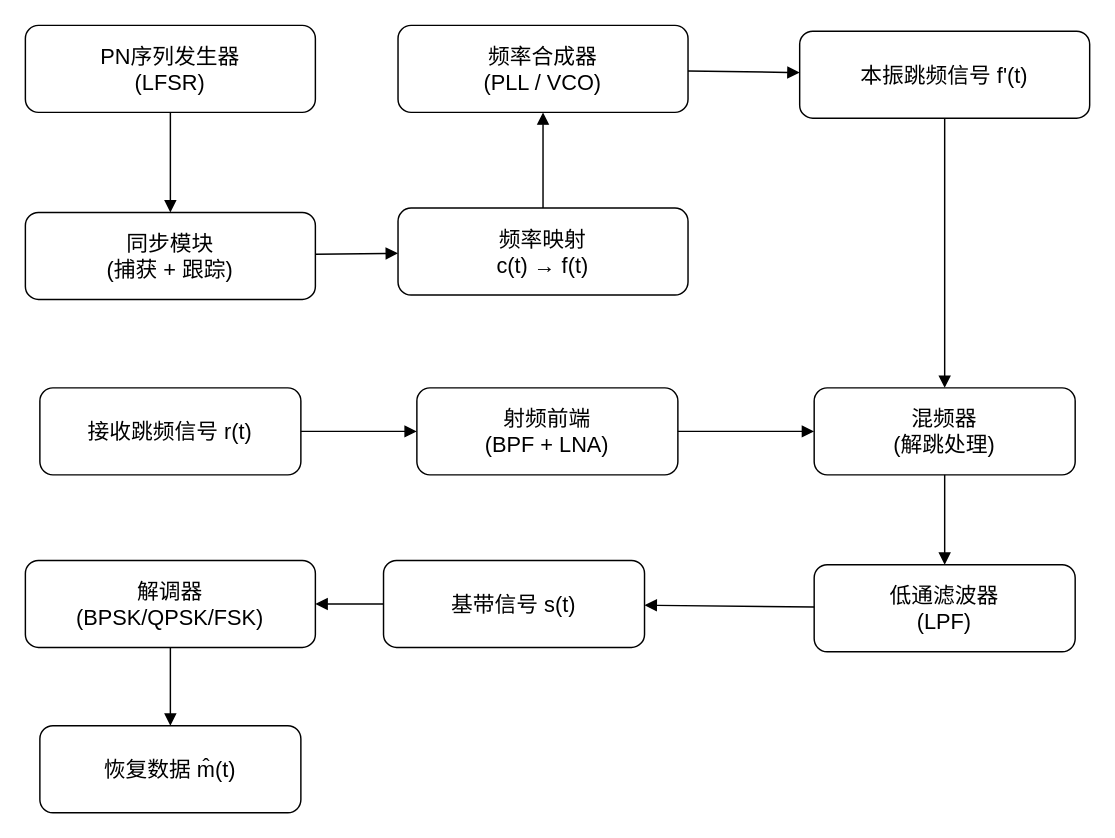
Before: fhss_01.drawio in ccww21/Awesome-Medical-Image-Registration, a draw.io diagram. Source tidied: cells renumbered, new cells numbered last; positions are measured from the earlier drawing's top-left corner, leaving out a move shared by most shapes. Both pictures are drawn from the tidied source at 145%, with x=0, y=0 at pixel (25, 25).
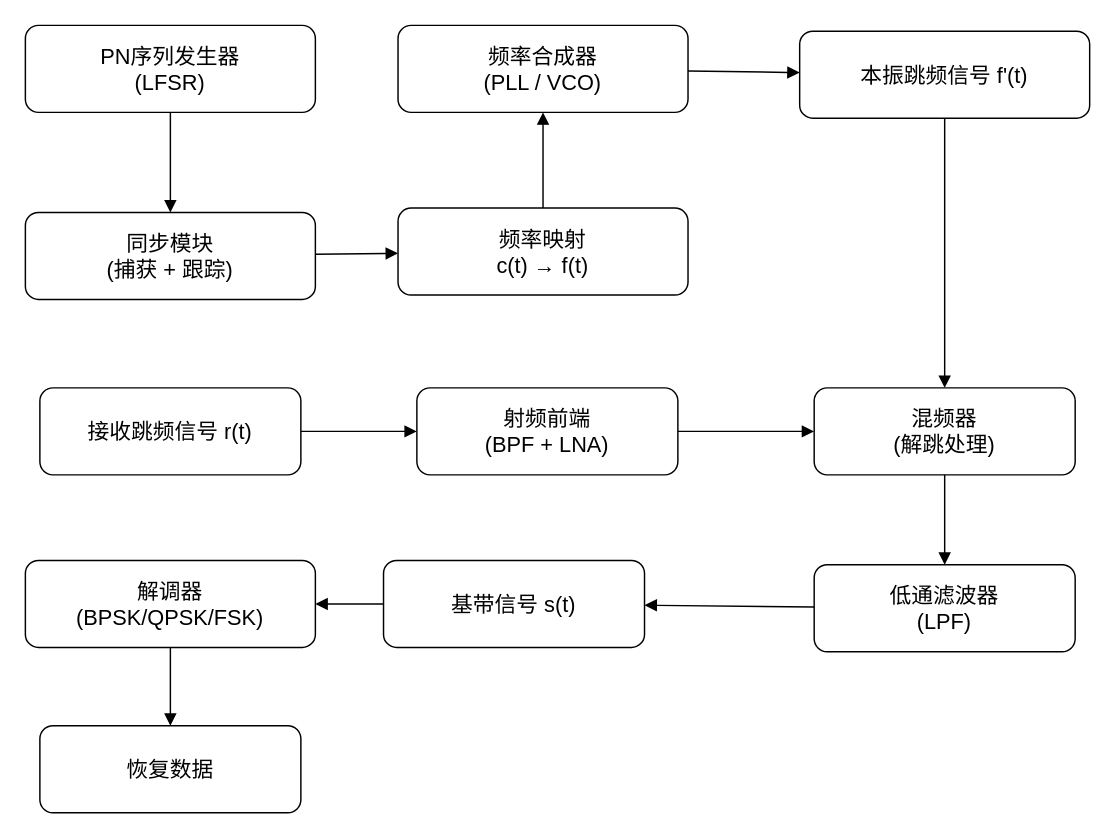
The same diagram, later.

Change to the diagram source:
```diff
@@
-    <mxCell id="8" value="恢复数据 m̂(t)" style="rounded=1;whiteSpace=wrap;html=1;fontSize=15;" parent="1" vertex="1">
+    <mxCell id="8" value="恢复数据" style="rounded=1;whiteSpace=wrap;html=1;fontSize=15;" parent="1" vertex="1">
       <mxGeometry x="10" y="483" width="180" height="60" as="geometry" />
     </mxCell>
```
